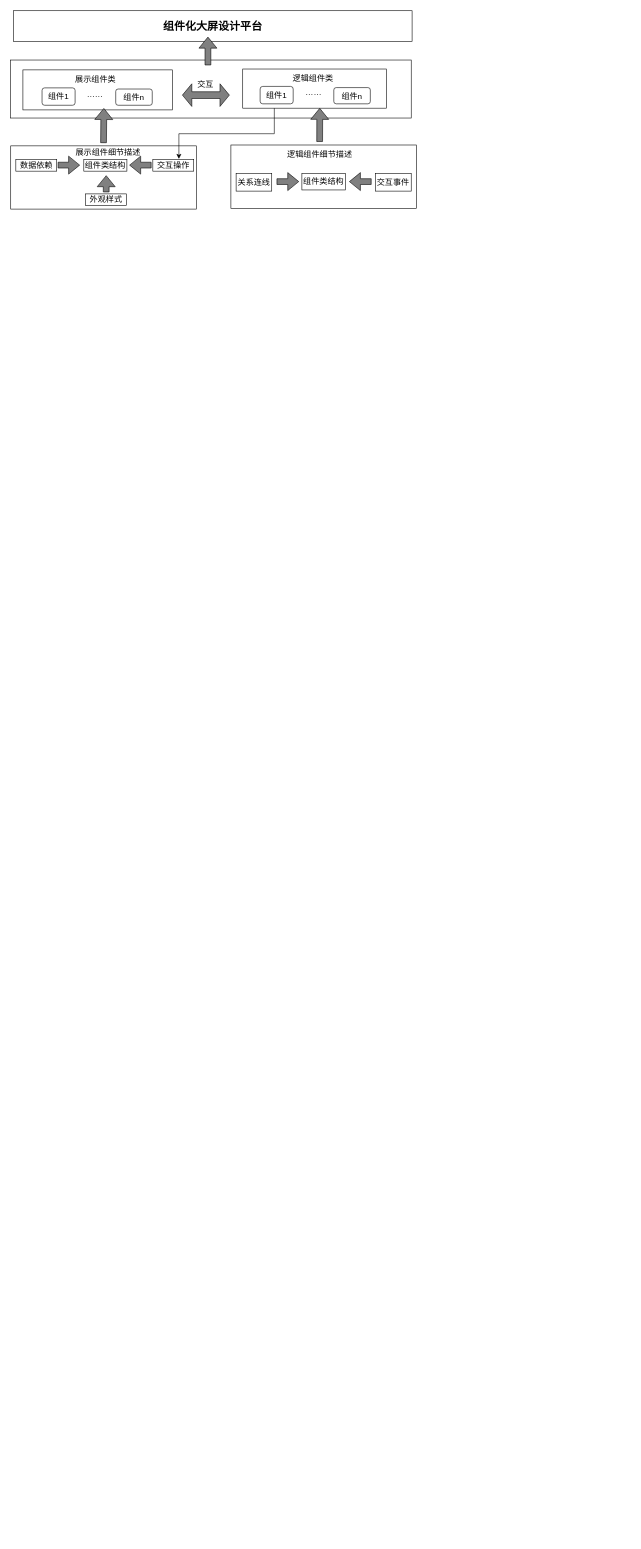
This is 小论文前端组件化方法.drawio from qw-null/drawio, a draw.io file, before an edit. Source tidied: cells renumbered, new cells numbered last; positions are measured from the earlier drawing's top-left corner, leaving out a move shared by most shapes. Both pictures are drawn from the tidied source at 58%, with x=0, y=0 at pixel (10, 10).
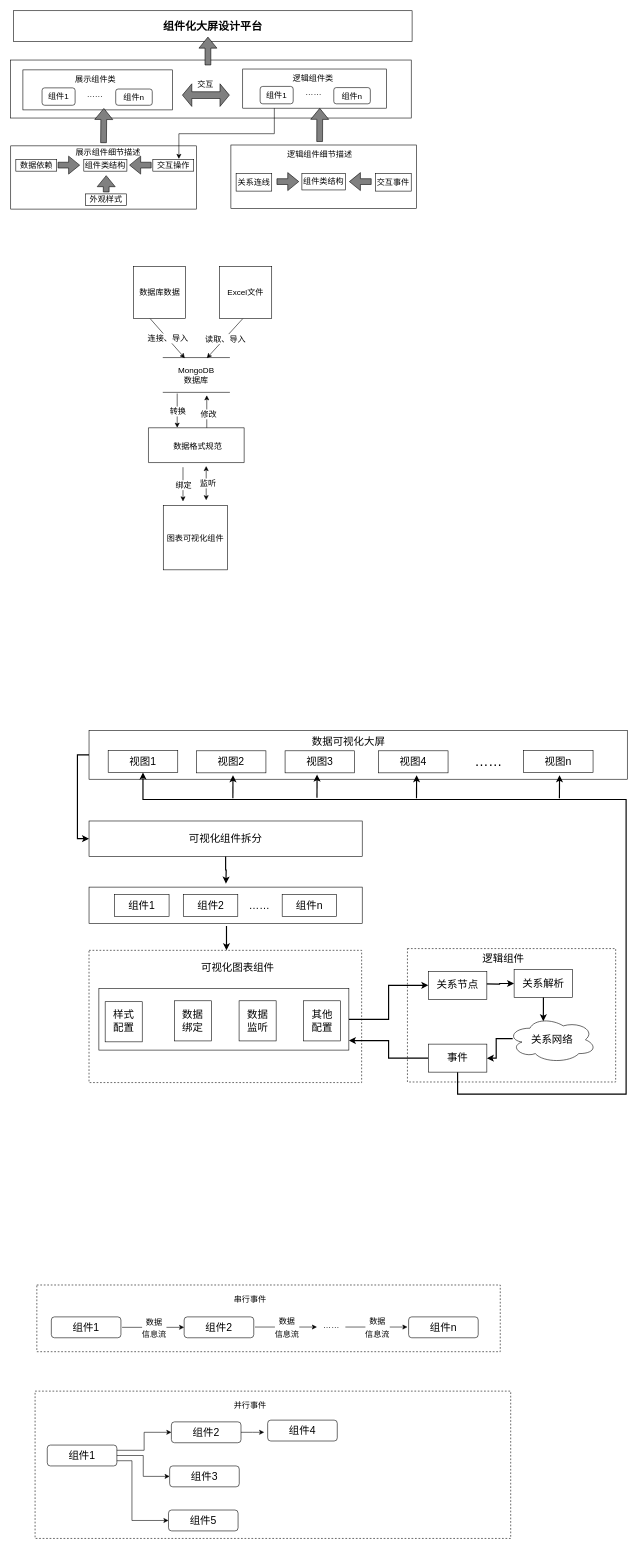
Above is the later version.

Commit message:
更新小论文前端组件化方法.drawio

What changed in the source:
```diff
@@
+    <mxCell id="38" value="Excel文件" style="whiteSpace=wrap;html=1;fontSize=14;fillColor=#FFFFFF;" parent="1" vertex="1">
+      <mxGeometry x="360" y="441" width="90" height="90" as="geometry" />
+    </mxCell>
+    <mxCell id="39" value="数据库数据" style="whiteSpace=wrap;html=1;fontSize=14;fillColor=#FFFFFF;" parent="1" vertex="1">
+      <mxGeometry x="211.6" y="441" width="90" height="90" as="geometry" />
+    </mxCell>
+    <mxCell id="40" style="endArrow=classic;html=1;rounded=0;fontSize=14;fillColor=#808080;entryX=0.016;entryY=0.341;entryDx=0;entryDy=0;entryPerimeter=0;" parent="1" edge="1" target="42">
+      <mxGeometry relative="1" as="geometry">
+        <mxPoint x="400" y="531" as="sourcePoint" />
+      </mxGeometry>
+    </mxCell>
+    <mxCell id="41" value="读取、导入" style="edgeLabel;html=1;align=center;verticalAlign=middle;fontSize=14;fillColor=#FFFFFF;" parent="40" vertex="1">
+      <mxGeometry relative="1" as="geometry" />
+    </mxCell>
+    <mxCell id="42" style="shape=partialRectangle;whiteSpace=wrap;html=1;top=0;bottom=0;fillColor=none;fontSize=14;rotation=90;" parent="1" vertex="1">
+      <mxGeometry x="290" y="571" width="60" height="114" as="geometry" />
+    </mxCell>
+    <mxCell id="43" style="endArrow=classic;html=1;rounded=0;fontSize=14;fillColor=#808080;entryX=0.016;entryY=0.674;entryDx=0;entryDy=0;entryPerimeter=0;" parent="1" edge="1" target="42">
+      <mxGeometry relative="1" as="geometry">
+        <mxPoint x="240.5" y="531" as="sourcePoint" />
+      </mxGeometry>
+    </mxCell>
+    <mxCell id="44" value="连接、导入" style="edgeLabel;html=1;align=center;verticalAlign=middle;fontSize=14;fillColor=#FFFFFF;" parent="43" vertex="1">
+      <mxGeometry relative="1" as="geometry" />
+    </mxCell>
+    <mxCell id="45" value="MongoDB数据库" style="text;html=1;strokeColor=none;fillColor=none;align=center;verticalAlign=middle;whiteSpace=wrap;rounded=0;fontSize=14;" parent="1" vertex="1">
+      <mxGeometry x="288" y="612.5" width="64" height="31" as="geometry" />
+    </mxCell>
+    <mxCell id="46" style="verticalLabelPosition=bottom;verticalAlign=top;html=1;shape=mxgraph.basic.rect;fillColor2=none;strokeWidth=1;size=20;indent=5;fontSize=14;fillColor=#FFFFFF;" parent="1" vertex="1">
+      <mxGeometry x="237.5" y="719" width="165" height="60" as="geometry" />
+    </mxCell>
+    <mxCell id="47" value="数据格式规范" style="text;html=1;strokeColor=none;fillColor=none;align=center;verticalAlign=middle;whiteSpace=wrap;rounded=0;fontSize=14;" parent="1" vertex="1">
+      <mxGeometry x="273" y="736" width="99" height="30" as="geometry" />
+    </mxCell>
+    <mxCell id="48" style="endArrow=classic;html=1;rounded=0;fontSize=14;fillColor=#808080;" parent="1" edge="1">
+      <mxGeometry relative="1" as="geometry">
+        <mxPoint x="287" y="660" as="sourcePoint" />
+        <mxPoint x="287" y="719" as="targetPoint" />
+      </mxGeometry>
+    </mxCell>
+    <mxCell id="49" value="转换" style="edgeLabel;html=1;align=center;verticalAlign=middle;fontSize=14;fillColor=#FFFFFF;" parent="48" vertex="1">
+      <mxGeometry relative="1" as="geometry" />
+    </mxCell>
+    <mxCell id="50" style="endArrow=classic;html=1;rounded=0;fontSize=14;fillColor=#808080;" parent="1" edge="1">
+      <mxGeometry relative="1" as="geometry">
+        <mxPoint x="338" y="719" as="sourcePoint" />
+        <mxPoint x="338" y="663" as="targetPoint" />
+      </mxGeometry>
+    </mxCell>
+    <mxCell id="51" value="修改" style="edgeLabel;html=1;align=center;verticalAlign=middle;fontSize=14;fillColor=#FFFFFF;" parent="50" vertex="1">
+      <mxGeometry relative="1" as="geometry">
+        <mxPoint x="2" y="4" as="offset" />
+      </mxGeometry>
+    </mxCell>
+    <mxCell id="52" style="endArrow=classic;html=1;rounded=0;fontSize=14;fillColor=#808080;" parent="1" edge="1">
+      <mxGeometry relative="1" as="geometry">
+        <mxPoint x="297" y="787" as="sourcePoint" />
+        <mxPoint x="297" y="846" as="targetPoint" />
+      </mxGeometry>
+    </mxCell>
+    <mxCell id="53" value="绑定" style="edgeLabel;html=1;align=center;verticalAlign=middle;fontSize=14;fillColor=#FFFFFF;" parent="52" vertex="1">
+      <mxGeometry relative="1" as="geometry" />
+    </mxCell>
+    <mxCell id="54" style="endArrow=classic;startArrow=classic;html=1;rounded=0;fontSize=14;fillColor=#808080;" parent="1" edge="1">
+      <mxGeometry relative="1" as="geometry">
+        <mxPoint x="337" y="844" as="sourcePoint" />
+        <mxPoint x="337" y="785" as="targetPoint" />
+      </mxGeometry>
+    </mxCell>
+    <mxCell id="55" value="监听" style="edgeLabel;html=1;align=center;verticalAlign=middle;fontSize=14;" parent="54" vertex="1">
+      <mxGeometry x="0.21" y="-3" relative="1" as="geometry">
+        <mxPoint x="-1" y="6" as="offset" />
+      </mxGeometry>
+    </mxCell>
+    <mxCell id="56" value="图表可视化组件" style="whiteSpace=wrap;html=1;fontSize=14;fillColor=#FFFFFF;" parent="1" vertex="1">
+      <mxGeometry x="263" y="853" width="111" height="111" as="geometry" />
+    </mxCell>
+    <mxCell id="57" style="rounded=0;whiteSpace=wrap;html=1;fontSize=18;fillColor=none;dashed=1;" parent="1" vertex="1">
+      <mxGeometry x="684" y="1617" width="359" height="230" as="geometry" />
+    </mxCell>
+    <mxCell id="58" style="edgeStyle=orthogonalEdgeStyle;rounded=0;jettySize=auto;html=1;exitX=0;exitY=0.5;exitDx=0;exitDy=0;entryX=0;entryY=0.5;entryDx=0;entryDy=0;strokeWidth=2;fontSize=18;fillColor=#808080;" parent="1" edge="1" source="59" target="66">
+      <mxGeometry relative="1" as="geometry" />
+    </mxCell>
+    <mxCell id="59" style="rounded=0;whiteSpace=wrap;html=1;" parent="1" vertex="1">
+      <mxGeometry x="135" y="1241" width="928" height="84" as="geometry" />
+    </mxCell>
+    <mxCell id="60" value="&lt;font style=&quot;font-size: 18px;&quot;&gt;数据可视化大屏&lt;/font&gt;" style="text;html=1;strokeColor=none;fillColor=none;align=center;verticalAlign=middle;whiteSpace=wrap;rounded=0;" parent="1" vertex="1">
+      <mxGeometry x="460" y="1246" width="245" height="30" as="geometry" />
+    </mxCell>
+    <mxCell id="61" style="edgeStyle=orthogonalEdgeStyle;rounded=0;jettySize=auto;html=1;entryX=0;entryY=0.5;entryDx=0;entryDy=0;fontSize=18;strokeWidth=2;" parent="1" edge="1" source="94" target="102">
+      <mxGeometry relative="1" as="geometry" />
+    </mxCell>
+    <mxCell id="62" style="edgeStyle=orthogonalEdgeStyle;rounded=0;jettySize=auto;html=1;exitX=0;exitY=0.5;exitDx=0;exitDy=0;entryX=1;entryY=0.845;entryDx=0;entryDy=0;entryPerimeter=0;fontSize=18;strokeWidth=2;" parent="1" edge="1" source="106" target="94">
+      <mxGeometry relative="1" as="geometry" />
+    </mxCell>
+    <mxCell id="63" value="逻辑组件" style="text;html=1;strokeColor=none;fillColor=none;align=center;verticalAlign=middle;whiteSpace=wrap;rounded=0;dashed=1;fontSize=18;" parent="1" vertex="1">
+      <mxGeometry x="799" y="1620" width="101" height="29" as="geometry" />
+    </mxCell>
+    <mxCell id="64" value="&lt;font style=&quot;font-size: 18px;&quot;&gt;视图1&lt;/font&gt;" style="rounded=0;whiteSpace=wrap;html=1;" parent="1" vertex="1">
+      <mxGeometry x="168" y="1275.5" width="120" height="38" as="geometry" />
+    </mxCell>
+    <mxCell id="65" style="edgeStyle=orthogonalEdgeStyle;rounded=0;jettySize=auto;html=1;fontSize=18;fillColor=#808080;strokeWidth=2;" parent="1" edge="1" source="66">
+      <mxGeometry relative="1" as="geometry">
+        <mxPoint x="371" y="1505" as="targetPoint" />
+      </mxGeometry>
+    </mxCell>
+    <mxCell id="66" value="可视化组件拆分" style="rounded=0;whiteSpace=wrap;html=1;fontSize=18;" parent="1" vertex="1">
+      <mxGeometry x="135" y="1397" width="471" height="61" as="geometry" />
+    </mxCell>
+    <mxCell id="67" style="edgeStyle=orthogonalEdgeStyle;rounded=0;orthogonalLoop=1;jettySize=auto;html=1;exitX=0.5;exitY=1;exitDx=0;exitDy=0;fontSize=18;" parent="1" edge="1">
+      <mxGeometry relative="1" as="geometry">
+        <mxPoint x="432.5" y="1436" as="sourcePoint" />
+        <mxPoint x="432.5" y="1436" as="targetPoint" />
+      </mxGeometry>
+    </mxCell>
+    <mxCell id="68" style="rounded=0;whiteSpace=wrap;html=1;fontSize=18;fillColor=none;dashed=1;" parent="1" vertex="1">
+      <mxGeometry x="135" y="1620" width="470" height="228" as="geometry" />
+    </mxCell>
+    <mxCell id="69" value="可视化图表组件" style="text;html=1;strokeColor=none;fillColor=none;align=center;verticalAlign=middle;whiteSpace=wrap;rounded=0;dashed=1;fontSize=18;" parent="1" vertex="1">
+      <mxGeometry x="309" y="1635" width="165" height="30" as="geometry" />
+    </mxCell>
+    <mxCell id="70" value="&lt;font style=&quot;font-size: 18px;&quot;&gt;组件1&lt;/font&gt;" style="rounded=1;whiteSpace=wrap;html=1;" parent="1" vertex="1">
+      <mxGeometry x="70" y="2252" width="120" height="36" as="geometry" />
+    </mxCell>
+    <mxCell id="71" value="&lt;font style=&quot;font-size: 18px;&quot;&gt;组件2&lt;/font&gt;" style="rounded=1;whiteSpace=wrap;html=1;" parent="1" vertex="1">
+      <mxGeometry x="299" y="2252" width="120" height="36" as="geometry" />
+    </mxCell>
+    <mxCell id="72" value="&lt;font style=&quot;font-size: 18px;&quot;&gt;组件n&lt;/font&gt;" style="rounded=1;whiteSpace=wrap;html=1;" parent="1" vertex="1">
+      <mxGeometry x="686" y="2252" width="120" height="36" as="geometry" />
+    </mxCell>
+    <mxCell id="73" style="endArrow=classic;html=1;rounded=0;fontSize=18;entryX=0;entryY=0.5;entryDx=0;entryDy=0;" parent="1" edge="1" target="71">
+      <mxGeometry relative="1" as="geometry">
+        <mxPoint x="192" y="2270" as="sourcePoint" />
+      </mxGeometry>
+    </mxCell>
+    <mxCell id="74" value="&lt;font style=&quot;font-size: 14px;&quot;&gt;数据&lt;br&gt;信息流&lt;/font&gt;" style="edgeLabel;html=1;align=center;verticalAlign=middle;fontSize=18;" parent="73" vertex="1">
+      <mxGeometry relative="1" as="geometry" />
+    </mxCell>
+    <mxCell id="75" style="endArrow=classic;html=1;rounded=0;fontSize=18;entryX=0;entryY=0.5;entryDx=0;entryDy=0;" parent="1" edge="1">
+      <mxGeometry relative="1" as="geometry">
+        <mxPoint x="421" y="2269.5" as="sourcePoint" />
+        <mxPoint x="528" y="2269.5" as="targetPoint" />
+      </mxGeometry>
+    </mxCell>
+    <mxCell id="76" value="&lt;font style=&quot;font-size: 14px;&quot;&gt;数据&lt;br&gt;信息流&lt;/font&gt;" style="edgeLabel;html=1;align=center;verticalAlign=middle;fontSize=18;" parent="75" vertex="1">
+      <mxGeometry relative="1" as="geometry" />
+    </mxCell>
+    <mxCell id="77" style="endArrow=classic;html=1;rounded=0;fontSize=18;entryX=0;entryY=0.5;entryDx=0;entryDy=0;" parent="1" edge="1">
+      <mxGeometry relative="1" as="geometry">
+        <mxPoint x="577" y="2269.5" as="sourcePoint" />
+        <mxPoint x="684" y="2269.5" as="targetPoint" />
+      </mxGeometry>
+    </mxCell>
+    <mxCell id="78" value="&lt;font style=&quot;font-size: 14px;&quot;&gt;数据&lt;br&gt;信息流&lt;/font&gt;" style="edgeLabel;html=1;align=center;verticalAlign=middle;fontSize=18;" parent="77" vertex="1">
+      <mxGeometry relative="1" as="geometry" />
+    </mxCell>
+    <mxCell id="79" value="……" style="text;html=1;strokeColor=none;fillColor=none;align=center;verticalAlign=middle;whiteSpace=wrap;rounded=0;fontSize=14;" parent="1" vertex="1">
+      <mxGeometry x="523" y="2252" width="60" height="30" as="geometry" />
+    </mxCell>
+    <mxCell id="80" value="&lt;font style=&quot;font-size: 18px;&quot;&gt;组件1&lt;/font&gt;" style="rounded=1;whiteSpace=wrap;html=1;" parent="1" vertex="1">
+      <mxGeometry x="63" y="2473" width="120" height="36" as="geometry" />
+    </mxCell>
+    <mxCell id="81" style="rounded=0;whiteSpace=wrap;html=1;fontSize=14;dashed=1;fillColor=none;" parent="1" vertex="1">
+      <mxGeometry x="45" y="2197" width="799" height="115" as="geometry" />
+    </mxCell>
+    <mxCell id="82" value="串行事件" style="text;html=1;strokeColor=none;fillColor=none;align=center;verticalAlign=middle;whiteSpace=wrap;rounded=0;dashed=1;fontSize=14;" parent="1" vertex="1">
+      <mxGeometry x="383" y="2206" width="60" height="30" as="geometry" />
+    </mxCell>
+    <mxCell id="83" value="&lt;font style=&quot;font-size: 18px;&quot;&gt;组件3&lt;/font&gt;" style="rounded=1;whiteSpace=wrap;html=1;" parent="1" vertex="1">
+      <mxGeometry x="274" y="2509" width="120" height="36" as="geometry" />
+    </mxCell>
+    <mxCell id="84" style="edgeStyle=orthogonalEdgeStyle;rounded=0;jettySize=auto;html=1;exitX=1;exitY=0.5;exitDx=0;exitDy=0;entryX=0;entryY=0.5;entryDx=0;entryDy=0;fontSize=14;" parent="1" edge="1" source="80" target="83">
+      <mxGeometry relative="1" as="geometry" />
+    </mxCell>
+    <mxCell id="85" style="edgeStyle=orthogonalEdgeStyle;rounded=0;jettySize=auto;html=1;exitX=1;exitY=0.5;exitDx=0;exitDy=0;fontSize=14;" parent="1" edge="1" source="86">
+      <mxGeometry relative="1" as="geometry">
+        <mxPoint x="437" y="2451" as="targetPoint" />
+      </mxGeometry>
+    </mxCell>
+    <mxCell id="86" value="&lt;font style=&quot;font-size: 18px; font-weight: normal;&quot;&gt;组件2&lt;/font&gt;" style="rounded=1;whiteSpace=wrap;html=1;fontStyle=1;" parent="1" vertex="1">
+      <mxGeometry x="277" y="2433" width="120" height="36" as="geometry" />
+    </mxCell>
+    <mxCell id="87" style="edgeStyle=orthogonalEdgeStyle;rounded=0;jettySize=auto;html=1;exitX=1;exitY=0.25;exitDx=0;exitDy=0;entryX=0;entryY=0.5;entryDx=0;entryDy=0;fontSize=14;" parent="1" edge="1" source="80" target="86">
+      <mxGeometry relative="1" as="geometry" />
+    </mxCell>
+    <mxCell id="88" value="&lt;font style=&quot;font-size: 18px; font-weight: normal;&quot;&gt;组件4&lt;/font&gt;" style="rounded=1;whiteSpace=wrap;html=1;fontStyle=1;" parent="1" vertex="1">
+      <mxGeometry x="443" y="2430" width="120" height="36" as="geometry" />
+    </mxCell>
+    <mxCell id="89" value="&lt;font style=&quot;font-size: 18px; font-weight: normal;&quot;&gt;组件5&lt;/font&gt;" style="rounded=1;whiteSpace=wrap;html=1;fontStyle=1;" parent="1" vertex="1">
+      <mxGeometry x="272" y="2585" width="120" height="36" as="geometry" />
+    </mxCell>
+    <mxCell id="90" style="edgeStyle=orthogonalEdgeStyle;rounded=0;jettySize=auto;html=1;exitX=1;exitY=0.75;exitDx=0;exitDy=0;entryX=0;entryY=0.5;entryDx=0;entryDy=0;fontSize=14;" parent="1" edge="1" source="80" target="89">
+      <mxGeometry relative="1" as="geometry">
+        <Array as="points">
+          <mxPoint x="209" y="2500" />
+          <mxPoint x="209" y="2603" />
+        </Array>
+      </mxGeometry>
+    </mxCell>
+    <mxCell id="91" style="rounded=0;whiteSpace=wrap;html=1;dashed=1;fontSize=14;fillColor=none;" parent="1" vertex="1">
+      <mxGeometry x="42" y="2380" width="820" height="254" as="geometry" />
+    </mxCell>
+    <mxCell id="92" value="并行事件" style="text;html=1;strokeColor=none;fillColor=none;align=center;verticalAlign=middle;whiteSpace=wrap;rounded=0;dashed=1;fontSize=14;" parent="1" vertex="1">
+      <mxGeometry x="383" y="2389" width="60" height="30" as="geometry" />
+    </mxCell>
+    <mxCell id="93" style="group;" parent="1" vertex="1">
+      <mxGeometry x="152" y="1686" width="431" height="106" as="geometry" />
+    </mxCell>
+    <mxCell id="94" style="rounded=0;whiteSpace=wrap;html=1;fontSize=18;" parent="93" vertex="1">
+      <mxGeometry width="431" height="106" as="geometry" />
+    </mxCell>
+    <mxCell id="95" value="样式&lt;br&gt;配置" style="rounded=0;whiteSpace=wrap;html=1;fontSize=18;" parent="93" vertex="1">
+      <mxGeometry x="10.8" y="22.6" width="63.9" height="69.2" as="geometry" />
+    </mxCell>
+    <mxCell id="96" value="数据&lt;br&gt;绑定" style="rounded=0;whiteSpace=wrap;html=1;fontSize=18;" parent="93" vertex="1">
+      <mxGeometry x="130.4" y="21" width="63.9" height="69.2" as="geometry" />
+    </mxCell>
+    <mxCell id="97" value="数据&lt;br&gt;监听" style="rounded=0;whiteSpace=wrap;html=1;fontSize=18;" parent="93" vertex="1">
+      <mxGeometry x="241.7" y="21" width="63.9" height="69.2" as="geometry" />
+    </mxCell>
+    <mxCell id="98" value="其他&lt;br&gt;配置" style="rounded=0;whiteSpace=wrap;html=1;fontSize=18;" parent="93" vertex="1">
+      <mxGeometry x="352.9" y="21" width="63.9" height="69.2" as="geometry" />
+    </mxCell>
+    <mxCell id="99" style="edgeStyle=orthogonalEdgeStyle;rounded=0;orthogonalLoop=1;jettySize=auto;html=1;exitX=0.5;exitY=1;exitDx=0;exitDy=0;fontSize=18;" parent="93" edge="1" source="94" target="94">
+      <mxGeometry relative="1" as="geometry" />
+    </mxCell>
+    <mxCell id="100" style="group;" parent="1" vertex="1">
+      <mxGeometry x="720" y="1653" width="290" height="177" as="geometry" />
+    </mxCell>
+    <mxCell id="101" style="edgeStyle=orthogonalEdgeStyle;rounded=0;jettySize=auto;html=1;fontSize=18;entryX=0;entryY=0.5;entryDx=0;entryDy=0;strokeWidth=2;" parent="100" edge="1" target="103">
+      <mxGeometry relative="1" as="geometry">
+        <mxPoint x="96.7" y="24.9" as="sourcePoint" />
+      </mxGeometry>
+    </mxCell>
+    <mxCell id="102" value="关系节点" style="rounded=0;whiteSpace=wrap;html=1;fontSize=18;" parent="100" vertex="1">
+      <mxGeometry y="3.2" width="100.9" height="48.3" as="geometry" />
+    </mxCell>
+    <mxCell id="103" value="关系解析" style="rounded=0;whiteSpace=wrap;html=1;fontSize=18;" parent="100" vertex="1">
+      <mxGeometry x="147.9" width="100.9" height="48.3" as="geometry" />
+    </mxCell>
+    <mxCell id="104" value="关系网络" style="ellipse;shape=cloud;whiteSpace=wrap;html=1;fontSize=18;" parent="100" vertex="1">
+      <mxGeometry x="137" y="81.3" width="153" height="79.7" as="geometry" />
+    </mxCell>
+    <mxCell id="105" style="edgeStyle=orthogonalEdgeStyle;rounded=0;jettySize=auto;html=1;entryX=0.4;entryY=0.1;entryDx=0;entryDy=0;entryPerimeter=0;fontSize=18;strokeWidth=2;" parent="100" edge="1" source="103" target="104">
+      <mxGeometry relative="1" as="geometry" />
+    </mxCell>
+    <mxCell id="106" value="事件" style="rounded=0;whiteSpace=wrap;html=1;fontSize=18;" parent="100" vertex="1">
+      <mxGeometry y="128.7" width="100.9" height="48.3" as="geometry" />
+    </mxCell>
+    <mxCell id="107" style="edgeStyle=orthogonalEdgeStyle;rounded=0;jettySize=auto;html=1;fontSize=18;exitX=0.055;exitY=0.475;exitDx=0;exitDy=0;exitPerimeter=0;strokeWidth=2;" parent="100" edge="1" source="104" target="106">
+      <mxGeometry relative="1" as="geometry" />
+    </mxCell>
+    <mxCell id="108" style="group;" parent="1" vertex="1">
+      <mxGeometry x="135" y="1511" width="471" height="63" as="geometry" />
+    </mxCell>
+    <mxCell id="109" style="rounded=0;whiteSpace=wrap;html=1;fontSize=18;" parent="108" vertex="1">
+      <mxGeometry width="471" height="63" as="geometry" />
+    </mxCell>
+    <mxCell id="110" style="group;" parent="108" vertex="1">
+      <mxGeometry x="44" y="12.5" width="383" height="38" as="geometry" />
+    </mxCell>
+    <mxCell id="111" value="&lt;font style=&quot;font-size: 18px;&quot;&gt;组件1&lt;/font&gt;" style="rounded=0;whiteSpace=wrap;html=1;fontSize=14;fillColor=#FFFFFF;" parent="110" vertex="1">
+      <mxGeometry width="94" height="38" as="geometry" />
+    </mxCell>
+    <mxCell id="112" value="&lt;font style=&quot;font-size: 18px;&quot;&gt;组件2&lt;/font&gt;" style="rounded=0;whiteSpace=wrap;html=1;fontSize=14;fillColor=#FFFFFF;" parent="110" vertex="1">
+      <mxGeometry x="118.5" width="94" height="38" as="geometry" />
+    </mxCell>
+    <mxCell id="113" value="&lt;font style=&quot;font-size: 18px;&quot;&gt;组件n&lt;/font&gt;" style="rounded=0;whiteSpace=wrap;html=1;fontSize=14;fillColor=#FFFFFF;" parent="110" vertex="1">
+      <mxGeometry x="289" width="94" height="38" as="geometry" />
+    </mxCell>
+    <mxCell id="114" value="……" style="text;html=1;strokeColor=none;fillColor=none;align=center;verticalAlign=middle;whiteSpace=wrap;rounded=0;fontSize=18;" parent="110" vertex="1">
+      <mxGeometry x="220" y="4" width="60" height="30" as="geometry" />
+    </mxCell>
+    <mxCell id="115" value="&lt;font style=&quot;font-size: 18px;&quot;&gt;视图2&lt;/font&gt;" style="rounded=0;whiteSpace=wrap;html=1;" parent="1" vertex="1">
+      <mxGeometry x="320" y="1276" width="120" height="38" as="geometry" />
+    </mxCell>
+    <mxCell id="116" value="&lt;font style=&quot;font-size: 18px;&quot;&gt;视图3&lt;/font&gt;" style="rounded=0;whiteSpace=wrap;html=1;" parent="1" vertex="1">
+      <mxGeometry x="473" y="1276" width="120" height="38" as="geometry" />
+    </mxCell>
+    <mxCell id="117" value="&lt;font style=&quot;font-size: 18px;&quot;&gt;视图4&lt;/font&gt;" style="rounded=0;whiteSpace=wrap;html=1;" parent="1" vertex="1">
+      <mxGeometry x="634" y="1276" width="120" height="38" as="geometry" />
+    </mxCell>
+    <mxCell id="118" value="&lt;font style=&quot;font-size: 18px;&quot;&gt;视图n&lt;/font&gt;" style="rounded=0;whiteSpace=wrap;html=1;" parent="1" vertex="1">
+      <mxGeometry x="884" y="1275.5" width="120" height="38" as="geometry" />
+    </mxCell>
+    <mxCell id="119" style="edgeStyle=orthogonalEdgeStyle;rounded=0;jettySize=auto;html=1;exitX=0.5;exitY=1;exitDx=0;exitDy=0;strokeWidth=2;fontSize=18;fillColor=#808080;" parent="1" edge="1" source="106" target="64">
+      <mxGeometry relative="1" as="geometry">
+        <Array as="points">
+          <mxPoint x="770" y="1868" />
+          <mxPoint x="1061" y="1868" />
+          <mxPoint x="1061" y="1360" />
+          <mxPoint x="228" y="1360" />
+        </Array>
+      </mxGeometry>
+    </mxCell>
+    <mxCell id="120" style="endArrow=classic;html=1;rounded=0;strokeWidth=2;fontSize=18;fillColor=#808080;" parent="1" edge="1">
+      <mxGeometry relative="1" as="geometry">
+        <mxPoint x="383" y="1358" as="sourcePoint" />
+        <mxPoint x="383.2" y="1318" as="targetPoint" />
+      </mxGeometry>
+    </mxCell>
+    <mxCell id="121" style="endArrow=classic;html=1;rounded=0;strokeWidth=2;fontSize=18;fillColor=#808080;" parent="1" edge="1">
+      <mxGeometry relative="1" as="geometry">
+        <mxPoint x="528" y="1357" as="sourcePoint" />
+        <mxPoint x="528.2" y="1317" as="targetPoint" />
+      </mxGeometry>
+    </mxCell>
+    <mxCell id="122" style="endArrow=classic;html=1;rounded=0;strokeWidth=2;fontSize=18;fillColor=#808080;" parent="1" edge="1">
+      <mxGeometry relative="1" as="geometry">
+        <mxPoint x="699.6" y="1358" as="sourcePoint" />
+        <mxPoint x="699.8" y="1318" as="targetPoint" />
+      </mxGeometry>
+    </mxCell>
+    <mxCell id="123" style="endArrow=classic;html=1;rounded=0;strokeWidth=2;fontSize=18;fillColor=#808080;" parent="1" edge="1">
+      <mxGeometry relative="1" as="geometry">
+        <mxPoint x="946" y="1358" as="sourcePoint" />
+        <mxPoint x="946.2" y="1318" as="targetPoint" />
+      </mxGeometry>
+    </mxCell>
+    <mxCell id="124" style="endArrow=classic;html=1;rounded=0;strokeWidth=2;fontSize=18;fillColor=#808080;" parent="1" edge="1">
+      <mxGeometry relative="1" as="geometry">
+        <mxPoint x="372" y="1578" as="sourcePoint" />
+        <mxPoint x="372" y="1620" as="targetPoint" />
+      </mxGeometry>
+    </mxCell>
+    <mxCell id="125" value="&lt;font style=&quot;font-size: 24px;&quot;&gt;……&lt;/font&gt;" style="text;html=1;strokeColor=none;fillColor=none;align=center;verticalAlign=middle;whiteSpace=wrap;rounded=0;fontSize=18;" parent="1" vertex="1">
+      <mxGeometry x="794" y="1278.5" width="60" height="30" as="geometry" />
+    </mxCell>
```
